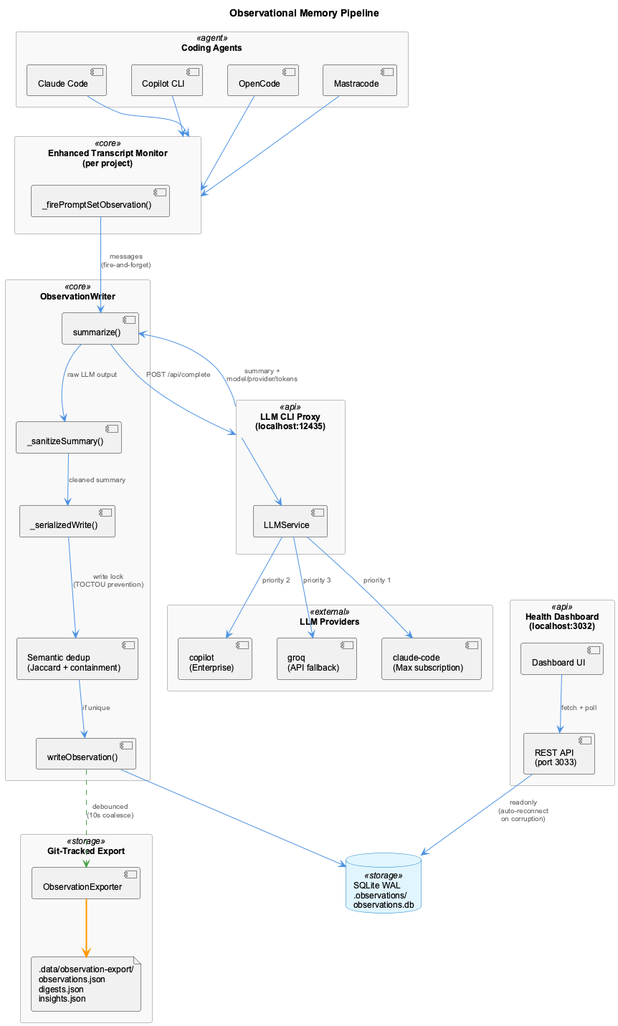
Before: docs-content/images/observation-pipeline.png, a diagram exported from PlantUML (fwornle/coding). The source it was exported from:
```plantuml
@startuml observation-pipeline
!include _standard-style.puml

title Observational Memory Pipeline

top to bottom direction

rectangle "Coding Agents" <<agent>> {
  component "Claude Code" as claude
  component "Copilot CLI" as copilot
  component "OpenCode" as opencode
  component "Mastracode" as mastra
}

rectangle "Enhanced Transcript Monitor\n(per project)" <<core>> as etm {
  component "_firePromptSetObservation()" as fire
}

rectangle "ObservationWriter" <<core>> as ow {
  component "summarize()" as summarize
  component "_sanitizeSummary()" as sanitize
  component "_serializedWrite()" as serialize
  component "writeObservation()" as write
  component "Semantic dedup\n(Jaccard + containment)" as dedup
}

rectangle "LLM CLI Proxy\n(localhost:12435)" <<api>> as proxy {
  component "LLMService" as llm
}

rectangle "LLM Providers" <<external>> as providers {
  component "claude-code\n(Max subscription)" as cc
  component "copilot\n(Enterprise)" as cp
  component "groq\n(API fallback)" as groq
}

database "SQLite WAL\n.observations/\nobservations.db" <<storage>> as db

rectangle "Git-Tracked Export" <<storage>> as export {
  component "ObservationExporter" as exporter
  file ".data/observation-export/\nobservations.json\ndigests.json\ninsights.json" as json
}

rectangle "Health Dashboard\n(localhost:3032)" <<api>> as dash {
  component "REST API\n(port 3033)" as api
  component "Dashboard UI" as ui
}

claude --> etm
copilot --> etm
opencode --> etm
mastra --> etm

fire --> summarize : messages\n(fire-and-forget)
summarize --> proxy : POST /api/complete
proxy --> llm
llm --> cc : priority 1
llm --> cp : priority 2
llm --> groq : priority 3

summarize <-- proxy : summary +\nmodel/provider/tokens
summarize --> sanitize : raw LLM output
sanitize --> serialize : cleaned summary
serialize --> dedup : write lock\n(TOCTOU prevention)
dedup --> write : if unique
write --> db

write ASYNC_LINE exporter : debounced\n(10s coalesce)
exporter DATA_LINE json

api --> db : readonly\n(auto-reconnect\non corruption)
ui --> api : fetch + poll

@enduml
```
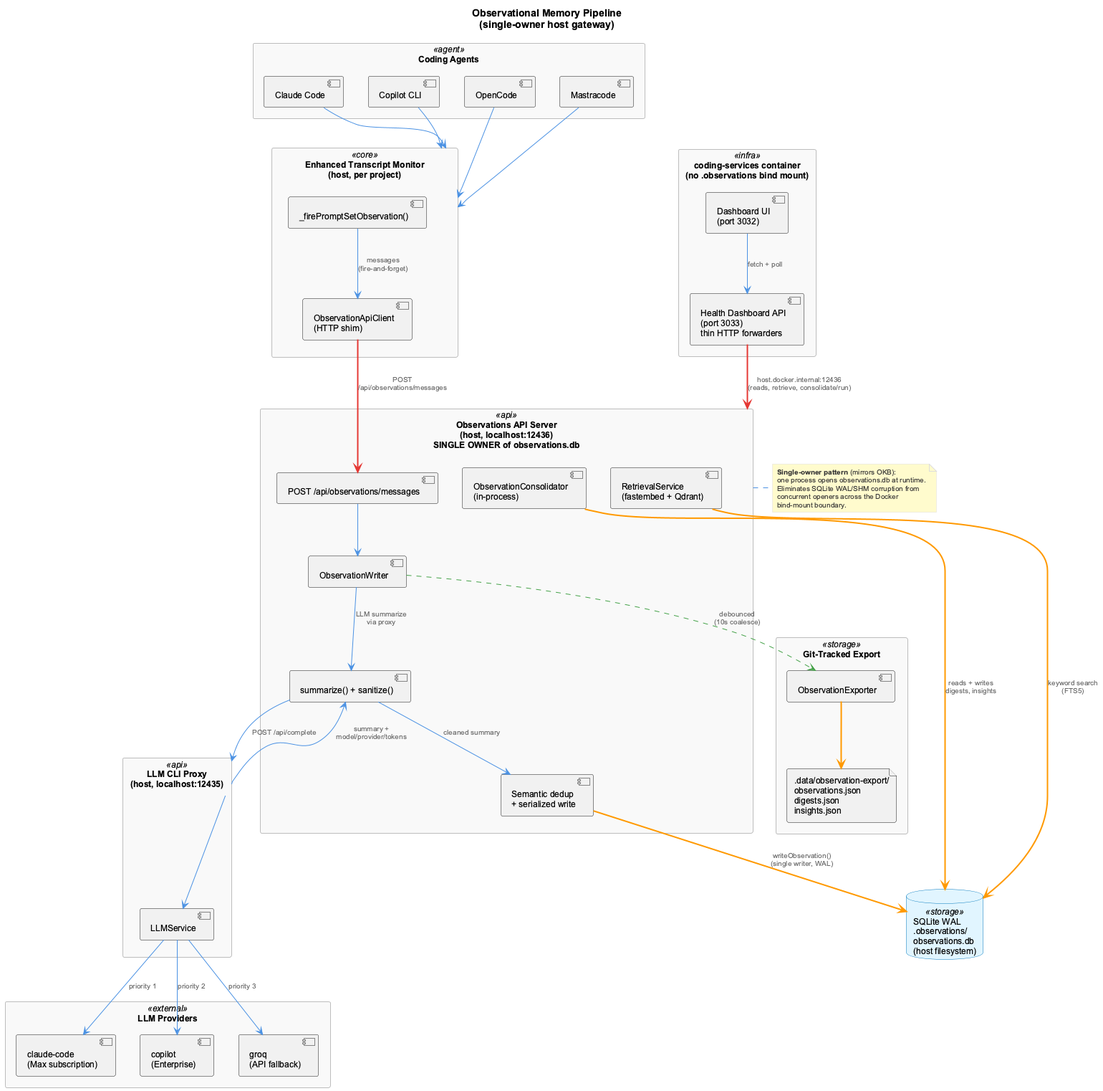
The same diagram one commit later.

What changed in the source:
```diff
@@ -1,7 +1,7 @@
 @startuml observation-pipeline
 !include _standard-style.puml
 
-title Observational Memory Pipeline
+title Observational Memory Pipeline\n(single-owner host gateway)
 
 top to bottom direction
 
@@ -12,19 +12,21 @@
   component "Mastracode" as mastra
 }
 
-rectangle "Enhanced Transcript Monitor\n(per project)" <<core>> as etm {
+rectangle "Enhanced Transcript Monitor\n(host, per project)" <<core>> as etm {
   component "_firePromptSetObservation()" as fire
+  component "ObservationApiClient\n(HTTP shim)" as etmclient
 }
 
-rectangle "ObservationWriter" <<core>> as ow {
-  component "summarize()" as summarize
-  component "_sanitizeSummary()" as sanitize
-  component "_serializedWrite()" as serialize
-  component "writeObservation()" as write
-  component "Semantic dedup\n(Jaccard + containment)" as dedup
+rectangle "Observations API Server\n(host, localhost:12436)\nSINGLE OWNER of observations.db" <<api>> as obsapi {
+  component "POST /api/observations/messages" as ep_messages
+  component "ObservationWriter" as ow
+  component "summarize() + sanitize()" as summarize
+  component "Semantic dedup\n+ serialized write" as dedup
+  component "ObservationConsolidator\n(in-process)" as oc
+  component "RetrievalService\n(fastembed + Qdrant)" as rs
 }
 
-rectangle "LLM CLI Proxy\n(localhost:12435)" <<api>> as proxy {
+rectangle "LLM CLI Proxy\n(host, localhost:12435)" <<api>> as proxy {
   component "LLMService" as llm
 }
 
@@ -34,16 +36,16 @@
   component "groq\n(API fallback)" as groq
 }
 
-database "SQLite WAL\n.observations/\nobservations.db" <<storage>> as db
+database "SQLite WAL\n.observations/\nobservations.db\n(host filesystem)" <<storage>> as db
 
 rectangle "Git-Tracked Export" <<storage>> as export {
   component "ObservationExporter" as exporter
   file ".data/observation-export/\nobservations.json\ndigests.json\ninsights.json" as json
 }
 
-rectangle "Health Dashboard\n(localhost:3032)" <<api>> as dash {
-  component "REST API\n(port 3033)" as api
-  component "Dashboard UI" as ui
+rectangle "coding-services container\n(no .observations bind mount)" <<infra>> as container {
+  component "Health Dashboard API\n(port 3033)\nthin HTTP forwarders" as dashapi
+  component "Dashboard UI\n(port 3032)" as ui
 }
 
 claude --> etm
@@ -51,24 +53,34 @@
 opencode --> etm
 mastra --> etm
 
-fire --> summarize : messages\n(fire-and-forget)
+fire --> etmclient : messages\n(fire-and-forget)
+etmclient SYNC_LINE ep_messages : POST\n/api/observations/messages
+ep_messages --> ow
+ow --> summarize : LLM summarize\nvia proxy
 summarize --> proxy : POST /api/complete
 proxy --> llm
 llm --> cc : priority 1
 llm --> cp : priority 2
 llm --> groq : priority 3
+summarize <-- proxy : summary +\nmodel/provider/tokens
+summarize --> dedup : cleaned summary
+dedup DATA_LINE db : writeObservation()\n(single writer, WAL)
 
-summarize <-- proxy : summary +\nmodel/provider/tokens
-summarize --> sanitize : raw LLM output
-sanitize --> serialize : cleaned summary
-serialize --> dedup : write lock\n(TOCTOU prevention)
-dedup --> write : if unique
-write --> db
-
-write ASYNC_LINE exporter : debounced\n(10s coalesce)
+ow ASYNC_LINE exporter : debounced\n(10s coalesce)
 exporter DATA_LINE json
 
-api --> db : readonly\n(auto-reconnect\non corruption)
-ui --> api : fetch + poll
+oc DATA_LINE db : reads + writes\ndigests, insights
+rs DATA_LINE db : keyword search\n(FTS5)
+
+dashapi SYNC_LINE obsapi : host.docker.internal:12436\n(reads, retrieve, consolidate/run)
+ui --> dashapi : fetch + poll
+
+note right of obsapi
+  **Single-owner pattern** (mirrors OKB):
+  one process opens observations.db at runtime.
+  Eliminates SQLite WAL/SHM corruption from
+  concurrent openers across the Docker
+  bind-mount boundary.
+end note
 
 @enduml
```
